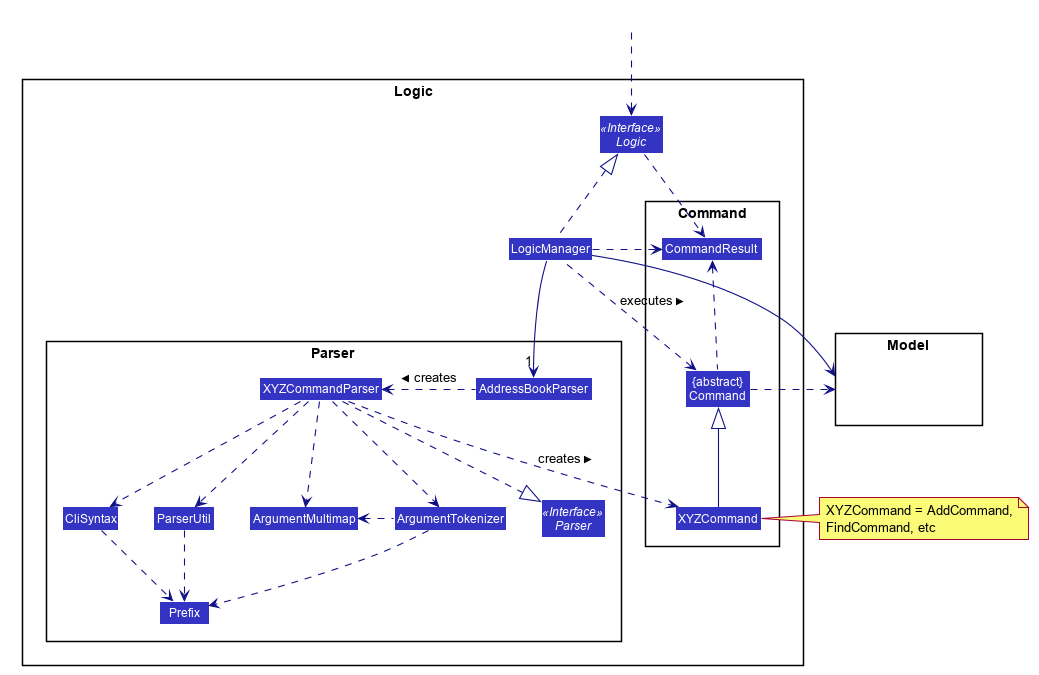
nus-cs2103-AY1920S2/addressbook-level3 keeps this PlantUML diagram as docs/images/LogicClassDiagram.png. Above is the earlier version.
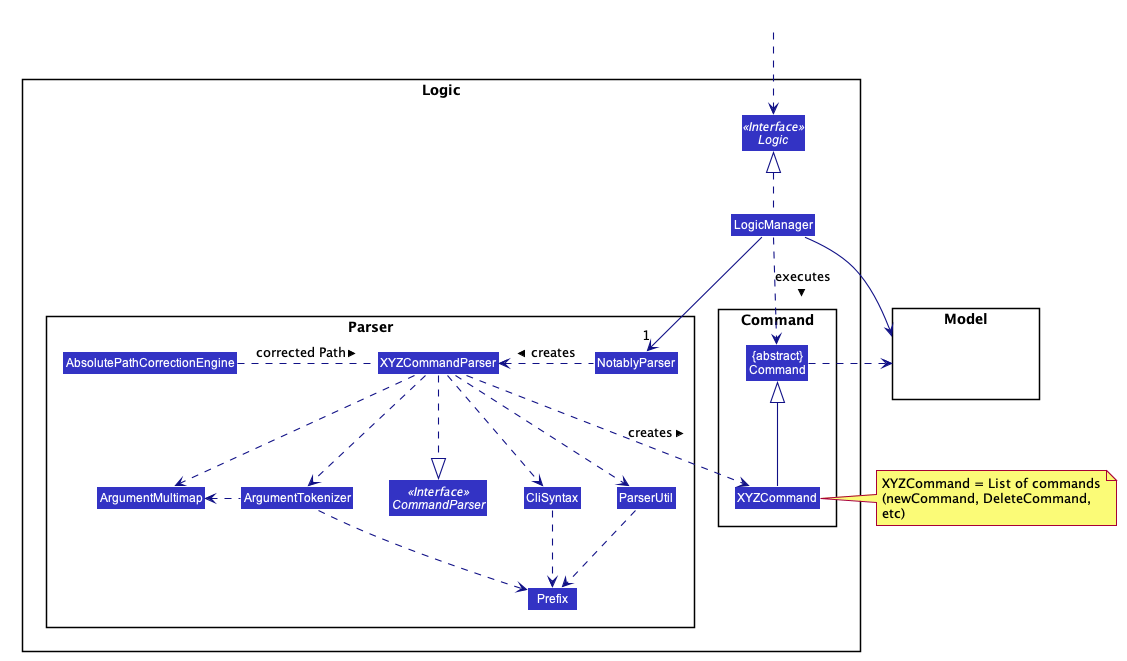
The same file after the commit.

Change to the diagram source:
```diff
@@ -54,19 +54,19 @@
 package Logic {
 
 package Parser {
-Interface Parser <<Interface>>
-Class AddressBookParser
+Interface CommandParser <<Interface>>
+Class NotablyParser
 Class XYZCommandParser
 Class CliSyntax
 Class ParserUtil
 Class ArgumentMultimap
 Class ArgumentTokenizer
 Class Prefix
+Class AbsolutePathCorrectionEngine
 }
 
 package Command {
 Class XYZCommand
-Class CommandResult
 Class "{abstract}\nCommand" as Command
 }
 
@@ -82,13 +82,14 @@
 HiddenOutside ..> Logic
 
 LogicManager .up.|> Logic
-LogicManager -->"1" AddressBookParser
-AddressBookParser .left.> XYZCommandParser: creates >
+LogicManager -->"1" NotablyParser
+NotablyParser .left.> XYZCommandParser: creates >
 
 XYZCommandParser ..> XYZCommand : creates >
-XYZCommandParser ..|> Parser
+XYZCommandParser ..|> CommandParser
 XYZCommandParser ..> ArgumentMultimap
 XYZCommandParser ..> ArgumentTokenizer
+XYZCommandParser .left-- AbsolutePathCorrectionEngine : corrected Path <
 ArgumentTokenizer .left.> ArgumentMultimap
 XYZCommandParser ..> CliSyntax
 CliSyntax ..> Prefix
@@ -96,14 +97,11 @@
 ParserUtil .down.> Prefix
 ArgumentTokenizer .down.> Prefix
 XYZCommand -up-|> Command
-LogicManager .left.> Command : executes >
+LogicManager .down.> Command : executes >
+
 
 LogicManager --> Model
 Command .right.> Model
-note right of XYZCommand: XYZCommand = AddCommand, \nFindCommand, etc
+note right of XYZCommand: XYZCommand = List of commands\n(newCommand, DeleteCommand, \netc)
 
-Logic ..> CommandResult
-LogicManager .down.> CommandResult
-Command .up.> CommandResult
-CommandResult -[hidden]-> Parser
 @enduml
```
